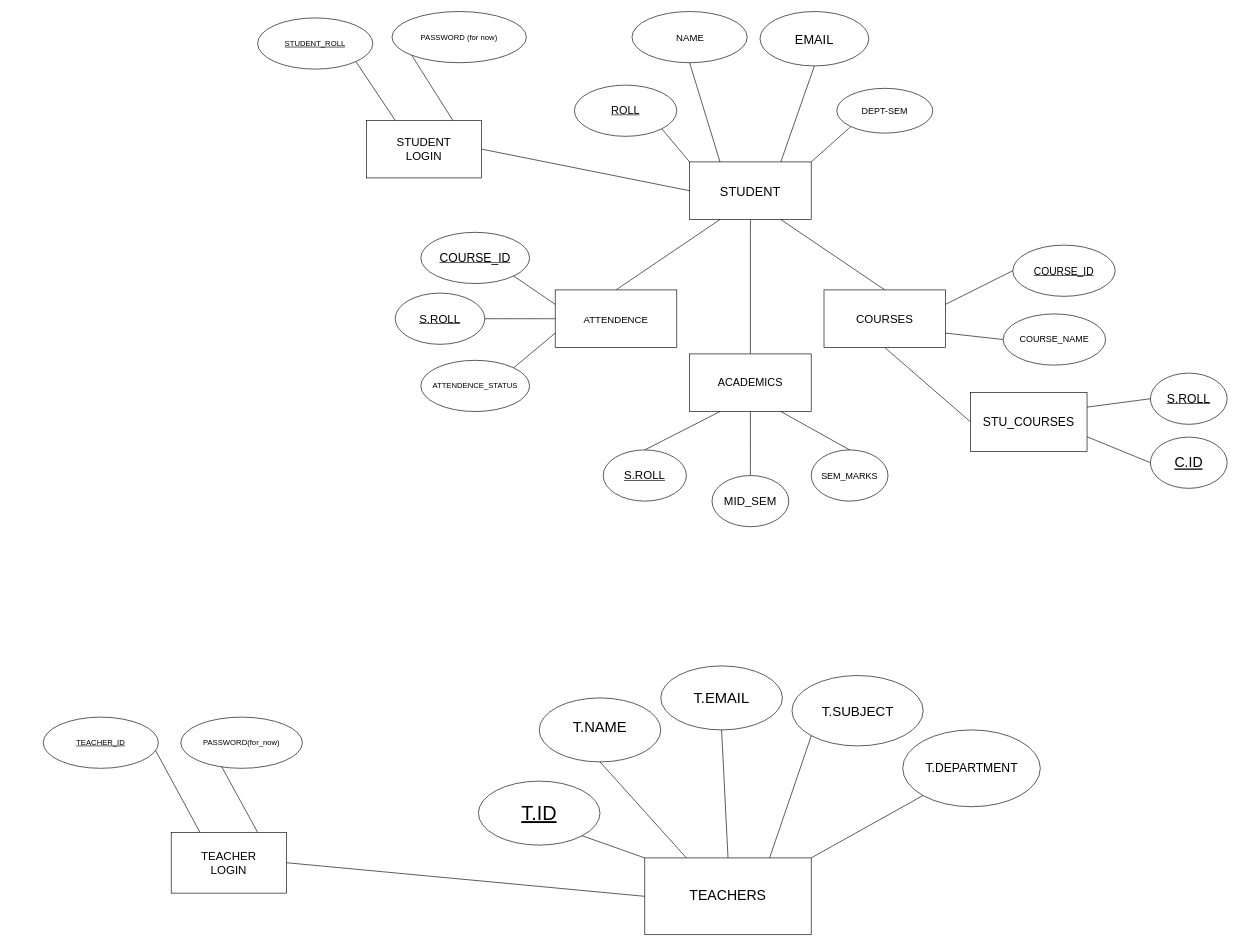
This is plan-files/ER_MODEL_CONTINUE.drawio from 0exu/dr0idx, a draw.io file, before an edit. Source tidied: cells renumbered, new cells numbered last; positions are measured from the earlier drawing's top-left corner, leaving out a move shared by most shapes. Both pictures are drawn from the tidied source at 64%, with x=0, y=0 at pixel (43, 12).
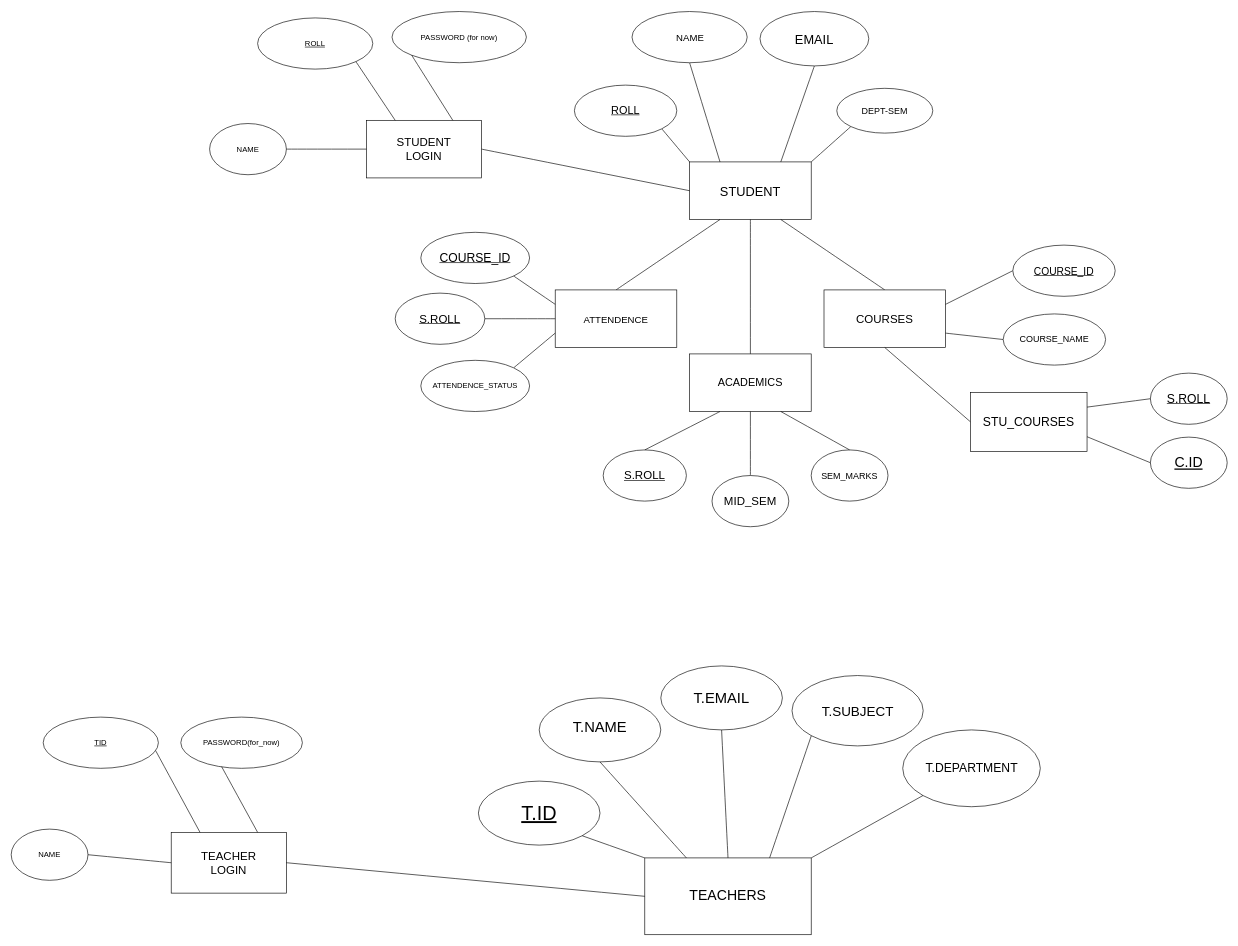
The same page after the edit.

Unchanged cells that the change refers to:
```xml
<mxCell id="50" style="rounded=0;whiteSpace=wrap;html=1;" parent="1" vertex="1">
  <mxGeometry x="505" y="169.5" width="180" height="90" as="geometry" />
</mxCell>
<mxCell id="58" style="rounded=0;whiteSpace=wrap;html=1;" parent="1" vertex="1">
  <mxGeometry x="200" y="1282" width="180" height="95" as="geometry" />
</mxCell>
```

The edit, as a diff of the source:
```diff
@@
-    <mxCell id="56" value="&lt;u&gt;STUDENT_ROLL&lt;/u&gt;" style="text;html=1;whiteSpace=wrap;strokeColor=none;fillColor=none;align=center;verticalAlign=middle;rounded=0;" parent="1" vertex="1">
-      <mxGeometry x="365" y="34.5" width="120" height="30" as="geometry" />
+    <mxCell id="56" value="&lt;u&gt;ROLL&lt;/u&gt;" style="text;html=1;whiteSpace=wrap;strokeColor=none;fillColor=none;align=center;verticalAlign=middle;rounded=0;" parent="1" vertex="1">
+      <mxGeometry x="400" y="34.5" width="50" height="30" as="geometry" />
     </mxCell>
@@
-    <mxCell id="64" value="&lt;u&gt;TEACHER_ID&lt;/u&gt;" style="text;html=1;whiteSpace=wrap;strokeColor=none;fillColor=none;align=center;verticalAlign=middle;rounded=0;" parent="1" vertex="1">
-      <mxGeometry x="40" y="1127" width="100" height="30" as="geometry" />
+    <mxCell id="64" value="&lt;u&gt;TID&lt;/u&gt;" style="text;html=1;whiteSpace=wrap;strokeColor=none;fillColor=none;align=center;verticalAlign=middle;rounded=0;" parent="1" vertex="1">
+      <mxGeometry x="70" y="1127" width="40" height="30" as="geometry" />
     </mxCell>
@@
+    <mxCell id="93" style="ellipse;whiteSpace=wrap;html=1;" parent="1" vertex="1">
+      <mxGeometry x="-50" y="1277" width="120" height="80" as="geometry" />
+    </mxCell>
+    <mxCell id="94" style="endArrow=none;html=1;rounded=0;fontSize=12;startSize=8;endSize=8;curved=1;exitX=0;exitY=0.5;exitDx=0;exitDy=0;entryX=1;entryY=0.5;entryDx=0;entryDy=0;" parent="1" edge="1" source="58" target="93">
+      <mxGeometry relative="1" as="geometry" />
+    </mxCell>
+    <mxCell id="95" value="NAME" style="text;html=1;whiteSpace=wrap;strokeColor=none;fillColor=none;align=center;verticalAlign=middle;rounded=0;" parent="1" vertex="1">
+      <mxGeometry x="-20" y="1302" width="60" height="30" as="geometry" />
+    </mxCell>
+    <mxCell id="96" style="ellipse;whiteSpace=wrap;html=1;" parent="1" vertex="1">
+      <mxGeometry x="260" y="174.5" width="120" height="80" as="geometry" />
+    </mxCell>
+    <mxCell id="97" style="endArrow=none;html=1;rounded=0;fontSize=12;startSize=8;endSize=8;curved=1;entryX=0;entryY=0.5;entryDx=0;entryDy=0;exitX=1;exitY=0.5;exitDx=0;exitDy=0;" parent="1" edge="1" source="96" target="50">
+      <mxGeometry relative="1" as="geometry" />
+    </mxCell>
+    <mxCell id="98" value="NAME" style="text;html=1;whiteSpace=wrap;strokeColor=none;fillColor=none;align=center;verticalAlign=middle;rounded=0;" parent="1" vertex="1">
+      <mxGeometry x="290" y="200" width="60" height="30" as="geometry" />
+    </mxCell>
```
